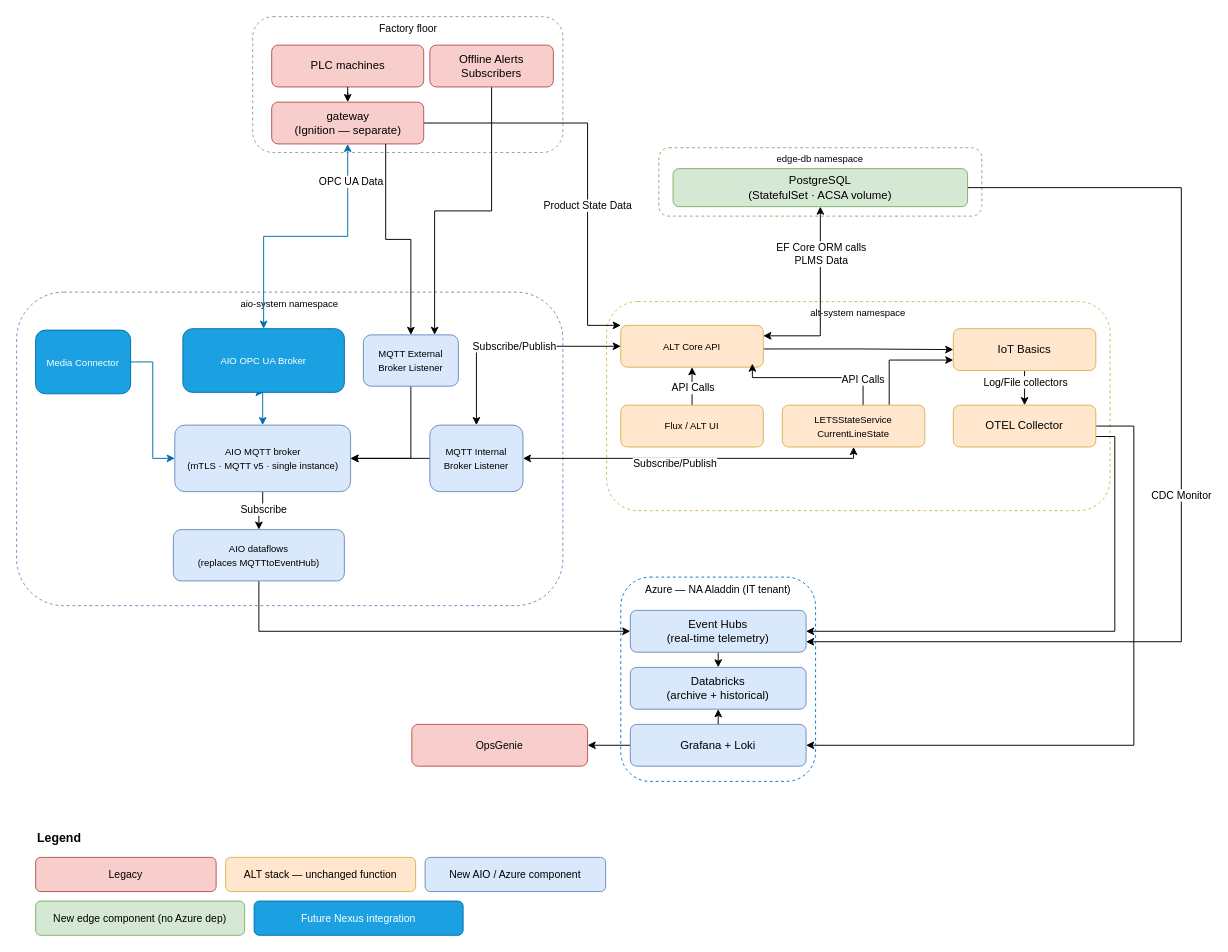
Above: page "Dataflow" (2 of 6) of aio/AIO.drawio in avinashr-insight/manufacturing-iot (draw.io), before the change. Source tidied: cells renumbered, new cells numbered last; positions are measured from the earlier drawing's top-left corner, leaving out a move shared by most shapes. Both pictures are drawn from the tidied source at 95%, with x=0, y=0 at pixel (16, 16).
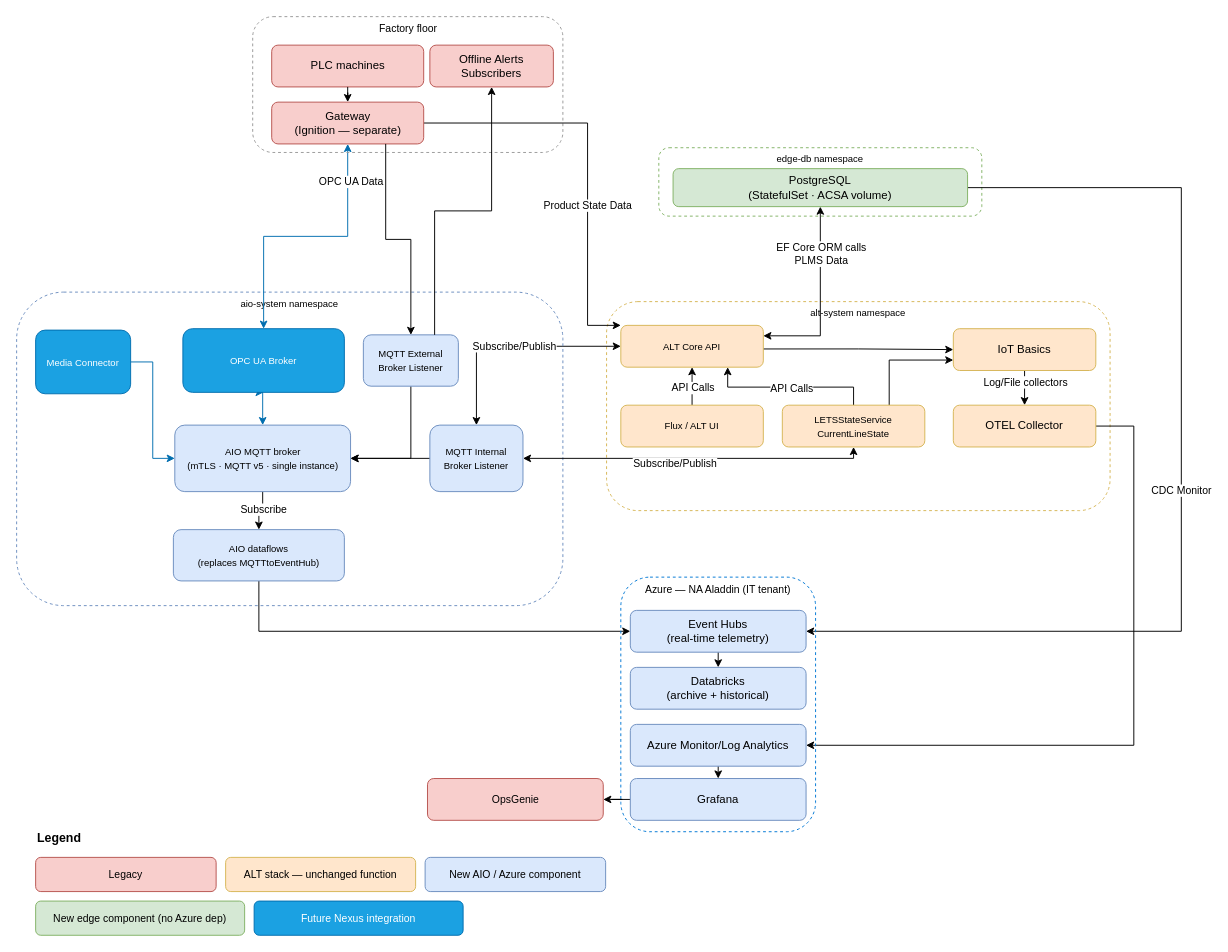
The same page after the edit.

Commit message (it also covers changes not shown here):
Azure monitor/log analytics and some more arrow cleanups

Unchanged cells that the change refers to:
```xml
<mxCell id="9" value="&lt;font style=&quot;font-size: 10px;&quot;&gt;ALT Core API&lt;/font&gt;" style="rounded=1;whiteSpace=wrap;html=1;fillColor=#ffe6cc;strokeColor=#d6b656;fontSize=12;" parent="1" vertex="1">
  <mxGeometry x="636" y="325" width="150" height="44" as="geometry" />
</mxCell>
<mxCell id="16" value="&lt;font style=&quot;font-size: 10px;&quot;&gt;LETSStateService&lt;br&gt;CurrentLineState&lt;/font&gt;" style="rounded=1;whiteSpace=wrap;html=1;fillColor=#ffe6cc;strokeColor=#d6b656;fontSize=12;" parent="1" vertex="1">
  <mxGeometry x="806" y="409" width="150" height="44" as="geometry" />
</mxCell>
<mxCell id="19" value="OTEL Collector" style="rounded=1;whiteSpace=wrap;html=1;fillColor=#ffe6cc;strokeColor=#d6b656;fontSize=12;" parent="1" vertex="1">
  <mxGeometry x="986" y="409" width="150" height="44" as="geometry" />
</mxCell>
<mxCell id="21" value="PostgreSQL&lt;br&gt;(StatefulSet · ACSA volume)" style="rounded=1;whiteSpace=wrap;html=1;fillColor=#d5e8d4;strokeColor=#82b366;fontSize=12;" parent="1" vertex="1">
  <mxGeometry x="691" y="160" width="310" height="40" as="geometry" />
</mxCell>
<mxCell id="40" value="Event Hubs&#10;(real-time telemetry)" style="rounded=1;whiteSpace=wrap;html=1;fillColor=#dae8fc;strokeColor=#6c8ebf;fontSize=12;" parent="1" vertex="1">
  <mxGeometry x="646" y="625" width="185" height="44" as="geometry" />
</mxCell>
<mxCell id="41" value="Databricks&lt;br&gt;(archive + historical)" style="rounded=1;whiteSpace=wrap;html=1;fillColor=#dae8fc;strokeColor=#6c8ebf;fontSize=12;" parent="1" vertex="1">
  <mxGeometry x="646" y="685" width="185" height="44" as="geometry" />
</mxCell>
<mxCell id="63" value="&lt;span style=&quot;font-size: 10px; font-weight: 400;&quot;&gt;MQTT External Broker Listener&lt;/span&gt;" style="rounded=1;whiteSpace=wrap;html=1;fillColor=#dae8fc;strokeColor=#6c8ebf;fontSize=12;fontStyle=1;" parent="1" vertex="1">
  <mxGeometry x="365" y="335" width="100" height="54" as="geometry" />
</mxCell>
<mxCell id="65" value="Offline Alerts Subscribers" style="rounded=1;whiteSpace=wrap;html=1;fillColor=#f8cecc;strokeColor=#b85450;fontSize=12;" parent="1" vertex="1">
  <mxGeometry x="435" y="30" width="130" height="44" as="geometry" />
</mxCell>
```

What changed in the source:
```diff
@@
-    <mxCell id="13" style="edgeStyle=orthogonalEdgeStyle;rounded=0;jettySize=auto;html=1;exitX=0;exitY=0.25;exitDx=0;exitDy=0;entryX=0.923;entryY=0.915;entryDx=0;entryDy=0;entryPerimeter=0;" parent="1" edge="1" source="16" target="9">
+    <mxCell id="13" style="edgeStyle=orthogonalEdgeStyle;rounded=0;jettySize=auto;html=1;exitX=0.5;exitY=0;exitDx=0;exitDy=0;entryX=0.75;entryY=1;entryDx=0;entryDy=0;" parent="1" edge="1" source="16" target="9">
       <mxGeometry relative="1" as="geometry">
         <Array as="points">
-          <mxPoint x="891" y="420" />
-          <mxPoint x="891" y="380" />
-          <mxPoint x="774" y="380" />
+          <mxPoint x="881" y="390" />
+          <mxPoint x="749" y="390" />
         </Array>
       </mxGeometry>
     </mxCell>
@@
-    <mxCell id="17" style="edgeStyle=orthogonalEdgeStyle;rounded=0;jettySize=auto;html=1;exitX=1;exitY=0.75;exitDx=0;exitDy=0;entryX=1;entryY=0.5;entryDx=0;entryDy=0;" parent="1" edge="1" source="19" target="40">
-      <mxGeometry relative="1" as="geometry" />
-    </mxCell>
@@
-    <mxCell id="20" value="CDC Monitor" style="edgeStyle=orthogonalEdgeStyle;rounded=0;jettySize=auto;html=1;exitX=1;exitY=0.5;exitDx=0;exitDy=0;entryX=1;entryY=0.75;entryDx=0;entryDy=0;" parent="1" edge="1" source="21" target="40">
+    <mxCell id="20" value="CDC Monitor" style="edgeStyle=orthogonalEdgeStyle;rounded=0;jettySize=auto;html=1;exitX=1;exitY=0.5;exitDx=0;exitDy=0;entryX=1;entryY=0.5;entryDx=0;entryDy=0;" parent="1" edge="1" source="21" target="40">
       <mxGeometry relative="1" as="geometry">
         <Array as="points">
           <mxPoint x="1226" y="180" />
-          <mxPoint x="1226" y="658" />
+          <mxPoint x="1226" y="647" />
         </Array>
       </mxGeometry>
     </mxCell>
@@
-    <mxCell id="29" value="&lt;span style=&quot;font-weight: normal;&quot;&gt;&lt;font style=&quot;font-size: 10px;&quot;&gt;AIO OPC UA Broker&lt;br&gt;&lt;/font&gt;&lt;/span&gt;" style="rounded=1;whiteSpace=wrap;html=1;fillColor=#1ba1e2;strokeColor=#006EAF;fontSize=12;fontStyle=1;fontColor=#ffffff;" parent="1" vertex="1">
+    <mxCell id="29" value="&lt;span style=&quot;font-weight: normal;&quot;&gt;&lt;font style=&quot;font-size: 10px;&quot;&gt;OPC UA Broker&lt;br&gt;&lt;/font&gt;&lt;/span&gt;" style="rounded=1;whiteSpace=wrap;html=1;fillColor=#1ba1e2;strokeColor=#006EAF;fontSize=12;fontStyle=1;fontColor=#ffffff;" parent="1" vertex="1">
       <mxGeometry x="175" y="328.5" width="170" height="67" as="geometry" />
     </mxCell>
@@
-    <mxCell id="36" value="gateway&lt;br&gt;(Ignition — separate)" style="rounded=1;whiteSpace=wrap;html=1;fillColor=#f8cecc;strokeColor=#b85450;fontSize=12;" parent="1" vertex="1">
+    <mxCell id="36" value="Gateway&lt;br&gt;(Ignition — separate)" style="rounded=1;whiteSpace=wrap;html=1;fillColor=#f8cecc;strokeColor=#b85450;fontSize=12;" parent="1" vertex="1">
       <mxGeometry x="268.5" y="90" width="160" height="44" as="geometry" />
     </mxCell>
@@
     <mxCell id="38" value="Azure — NA Aladdin (IT tenant)" style="rounded=1;whiteSpace=wrap;html=1;fillColor=none;strokeColor=#0078d4;dashed=1;fontSize=11;verticalAlign=top;strokeWidth=1;" parent="1" vertex="1">
-      <mxGeometry x="636" y="590" width="205" height="215" as="geometry" />
+      <mxGeometry x="636" y="590" width="205" height="268" as="geometry" />
     </mxCell>
@@
-    <mxCell id="42" style="edgeStyle=orthogonalEdgeStyle;rounded=0;jettySize=auto;html=1;exitX=0.5;exitY=0;exitDx=0;exitDy=0;entryX=0.5;entryY=1;entryDx=0;entryDy=0;" parent="1" edge="1" source="44" target="41">
-      <mxGeometry relative="1" as="geometry" />
-    </mxCell>
-    <mxCell id="43" style="edgeStyle=orthogonalEdgeStyle;rounded=0;jettySize=auto;html=1;exitX=0;exitY=0.5;exitDx=0;exitDy=0;" parent="1" edge="1" source="44" target="58">
+    <mxCell id="43" style="edgeStyle=orthogonalEdgeStyle;rounded=0;jettySize=auto;html=1;exitX=0;exitY=0.5;exitDx=0;exitDy=0;" parent="1" edge="1" source="67" target="58">
       <mxGeometry relative="1" as="geometry" />
     </mxCell>
+    <mxCell id="66" style="edgeStyle=orthogonalEdgeStyle;rounded=0;jettySize=auto;html=1;exitX=0.5;exitY=1;exitDx=0;exitDy=0;entryX=0.5;entryY=0;entryDx=0;entryDy=0;" parent="1" edge="1" source="44" target="67">
+      <mxGeometry relative="1" as="geometry" />
+    </mxCell>
-    <mxCell id="44" value="Grafana + Loki" style="rounded=1;whiteSpace=wrap;html=1;fillColor=#dae8fc;strokeColor=#6c8ebf;fontSize=12;" parent="1" vertex="1">
+    <mxCell id="44" value="Azure Monitor/Log Analytics" style="rounded=1;whiteSpace=wrap;html=1;fillColor=#dae8fc;strokeColor=#6c8ebf;fontSize=12;" parent="1" vertex="1">
       <mxGeometry x="646" y="745" width="185" height="44" as="geometry" />
     </mxCell>
@@
     <mxCell id="58" value="OpsGenie" style="rounded=1;whiteSpace=wrap;html=1;fillColor=#f8cecc;strokeColor=#b85450;fontSize=11;align=center;verticalAlign=middle;fontFamily=Helvetica;fontColor=default;" parent="1" vertex="1">
-      <mxGeometry x="416" y="745" width="185" height="44" as="geometry" />
+      <mxGeometry x="432.5" y="802" width="185" height="44" as="geometry" />
     </mxCell>
@@
-    <mxCell id="64" style="edgeStyle=orthogonalEdgeStyle;rounded=0;jettySize=auto;html=1;exitX=0.5;exitY=1;exitDx=0;exitDy=0;entryX=0.75;entryY=0;entryDx=0;entryDy=0;" parent="1" edge="1" source="65" target="63">
+    <mxCell id="64" style="edgeStyle=orthogonalEdgeStyle;rounded=0;jettySize=auto;html=1;exitX=0.5;exitY=1;exitDx=0;exitDy=0;entryX=0.75;entryY=0;entryDx=0;entryDy=0;startArrow=classic;startFill=1;endArrow=none;endFill=0;" parent="1" edge="1" source="65" target="63">
       <mxGeometry relative="1" as="geometry" />
     </mxCell>
@@
+    <mxCell id="67" value="Grafana" style="rounded=1;whiteSpace=wrap;html=1;fillColor=#dae8fc;strokeColor=#6c8ebf;fontSize=12;" parent="1" vertex="1">
+      <mxGeometry x="646" y="802" width="185" height="44" as="geometry" />
+    </mxCell>
```
